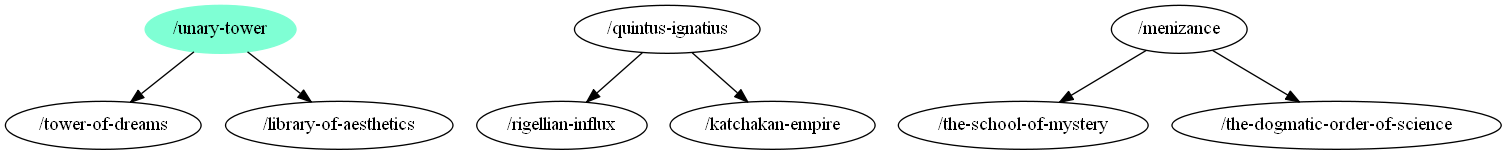
m-r-hunt/od117-walker keeps this Graphviz diagram as at-general.png. Above is the earlier version. Its source is kept beside it as at-general.dot.
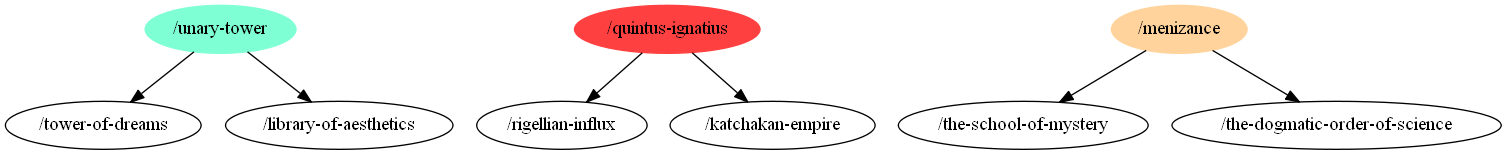
Above is the later version.

Diff of the diagram source:
```diff
@@ -1,7 +1,7 @@
 digraph G {
 "/unary-tower" [color=aquamarine,style=filled];
-"/quintus-ignatius";
-"/menizance";
+"/quintus-ignatius" [color=brown1,style=filled];
+"/menizance" [color=burlywood1,style=filled];
 "/tower-of-dreams";
 "/library-of-aesthetics";
 "/rigellian-influx";
```
